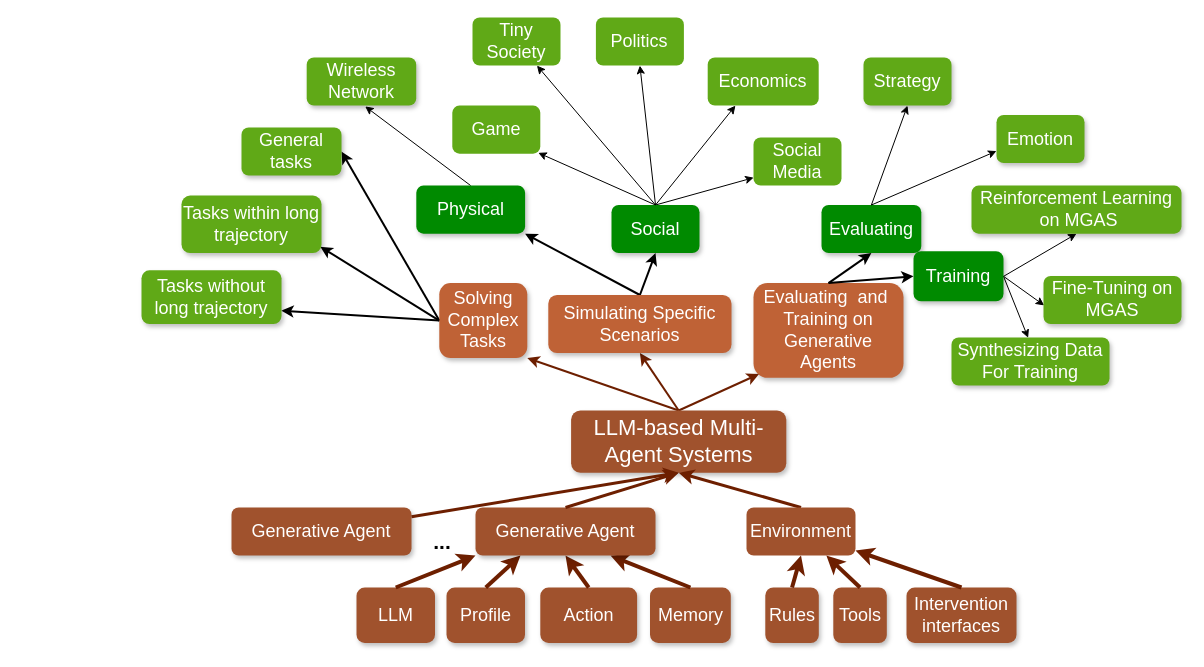
bianhua-12/Multi-generative_Agent_System_survey keeps this draw.io diagram as page "tree" (1 of 6) of mgas.drawio. Above is the earlier version. Source tidied: cells renumbered, new cells numbered last; positions are measured from the earlier drawing's top-left corner, leaving out a move shared by most shapes. Both pictures are drawn from the tidied source at 100%, with x=0, y=0 at pixel (141, 17).
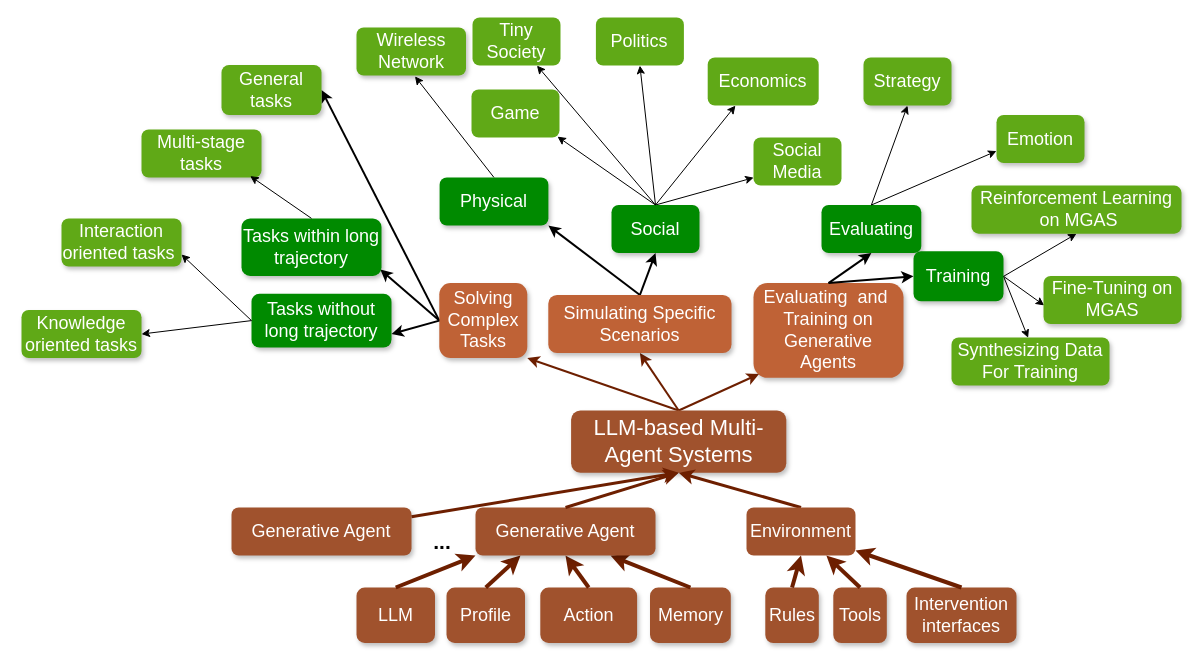
The same diagram, later.

What changed in the source:
```diff
@@
     <mxCell id="21" value="Physical" style="rounded=1;whiteSpace=wrap;html=1;fillColor=light-dark(#008A00,#CC7C56);strokeColor=none;fontColor=#FFFFFF;fontSize=18;glass=0;shadow=1;" parent="1" vertex="1">
-      <mxGeometry x="274.8" y="168.1" width="108.8" height="48.1" as="geometry" />
+      <mxGeometry x="298.1" y="160" width="108.8" height="48.1" as="geometry" />
     </mxCell>
@@
     <mxCell id="26" value="Wireless Network" style="rounded=1;whiteSpace=wrap;html=1;strokeColor=none;fillColor=#60A917;fontColor=#FFFFFF;fontSize=18;glass=0;shadow=1;" parent="1" vertex="1">
-      <mxGeometry x="165.2" y="40" width="109.5" height="48.1" as="geometry" />
+      <mxGeometry x="215" y="10" width="109.5" height="48.1" as="geometry" />
     </mxCell>
     <mxCell id="27" value="Game" style="rounded=1;whiteSpace=wrap;html=1;strokeColor=none;fillColor=#60A917;fontColor=#FFFFFF;fontSize=18;dashed=1;" parent="1" vertex="1">
-      <mxGeometry x="310.8" y="88.1" width="88" height="48.1" as="geometry" />
+      <mxGeometry x="330" y="71.9" width="88" height="48.1" as="geometry" />
     </mxCell>
@@
-    <mxCell id="29" value="Tasks without long trajectory" style="rounded=1;whiteSpace=wrap;html=1;strokeColor=none;fillColor=#60a917;fontColor=#FFFFFF;fontSize=18;glass=0;shadow=1;" parent="1" vertex="1">
-      <mxGeometry y="252.8" width="140" height="53.8" as="geometry" />
+    <mxCell id="29" value="Tasks without long trajectory" style="rounded=1;whiteSpace=wrap;html=1;strokeColor=none;fillColor=light-dark(#008a00, #4a890c);fontColor=#FFFFFF;fontSize=18;glass=0;shadow=1;" parent="1" vertex="1">
+      <mxGeometry x="110" y="276.2" width="140" height="53.8" as="geometry" />
     </mxCell>
-    <mxCell id="30" value="Tasks within long trajectory" style="rounded=1;whiteSpace=wrap;html=1;strokeColor=none;fillColor=#60a917;fontColor=#FFFFFF;fontSize=18;glass=0;shadow=1;" parent="1" vertex="1">
-      <mxGeometry x="40" y="178.1" width="140" height="57.5" as="geometry" />
+    <mxCell id="30" value="Tasks within long trajectory" style="rounded=1;whiteSpace=wrap;html=1;strokeColor=none;fillColor=light-dark(#008a00, #4a890c);fontColor=#FFFFFF;fontSize=18;glass=0;shadow=1;" parent="1" vertex="1">
+      <mxGeometry x="100" y="200.9" width="140" height="57.5" as="geometry" />
     </mxCell>
-    <mxCell id="31" value="General tasks" style="rounded=1;whiteSpace=wrap;html=1;strokeColor=none;fillColor=#60a917;fontColor=#FFFFFF;fontSize=18;glass=0;shadow=1;" parent="1" vertex="1">
-      <mxGeometry x="100" y="110" width="100" height="48.1" as="geometry" />
+    <mxCell id="31" value="General tasks" style="rounded=1;whiteSpace=wrap;html=1;strokeColor=none;fillColor=light-dark(#60a917, #4a890c);fontColor=#FFFFFF;fontSize=18;glass=0;shadow=1;" parent="1" vertex="1">
+      <mxGeometry x="80" y="47.5" width="100" height="50" as="geometry" />
     </mxCell>
@@
+    <mxCell id="67" value="Knowledge oriented tasks" style="rounded=1;whiteSpace=wrap;html=1;strokeColor=none;fillColor=#60a917;fontColor=#FFFFFF;fontSize=18;glass=0;shadow=1;" parent="1" vertex="1">
+      <mxGeometry x="-120" y="292.5" width="120" height="48.1" as="geometry" />
+    </mxCell>
+    <mxCell id="68" style="rounded=0;jettySize=auto;html=1;exitX=0;exitY=0.5;exitDx=0;exitDy=0;entryX=1;entryY=0.5;entryDx=0;entryDy=0;fontSize=18;fontColor=#FFFFFF;" parent="1" edge="1" source="29" target="67">
+      <mxGeometry relative="1" as="geometry" />
+    </mxCell>
+    <mxCell id="69" value="Interaction oriented tasks&amp;nbsp;" style="rounded=1;whiteSpace=wrap;html=1;strokeColor=none;fillColor=#60a917;fontColor=#FFFFFF;fontSize=18;glass=0;shadow=1;" parent="1" vertex="1">
+      <mxGeometry x="-80" y="200.9" width="120" height="48.1" as="geometry" />
+    </mxCell>
+    <mxCell id="70" style="rounded=0;jettySize=auto;html=1;exitX=0;exitY=0.5;exitDx=0;exitDy=0;entryX=1;entryY=0.75;entryDx=0;entryDy=0;fontSize=18;fontColor=#FFFFFF;" parent="1" edge="1" source="29" target="69">
+      <mxGeometry relative="1" as="geometry" />
+    </mxCell>
+    <mxCell id="71" value="Multi-stage tasks" style="rounded=1;whiteSpace=wrap;html=1;strokeColor=none;fillColor=#60a917;fontColor=#FFFFFF;fontSize=18;glass=0;shadow=1;" parent="1" vertex="1">
+      <mxGeometry y="111.9" width="120" height="48.1" as="geometry" />
+    </mxCell>
+    <mxCell id="72" style="rounded=0;jettySize=auto;html=1;exitX=0.5;exitY=0;exitDx=0;exitDy=0;entryX=0.906;entryY=0.97;entryDx=0;entryDy=0;fontSize=18;fontColor=#FFFFFF;entryPerimeter=0;" parent="1" edge="1" source="30" target="71">
+      <mxGeometry relative="1" as="geometry" />
+    </mxCell>
```
